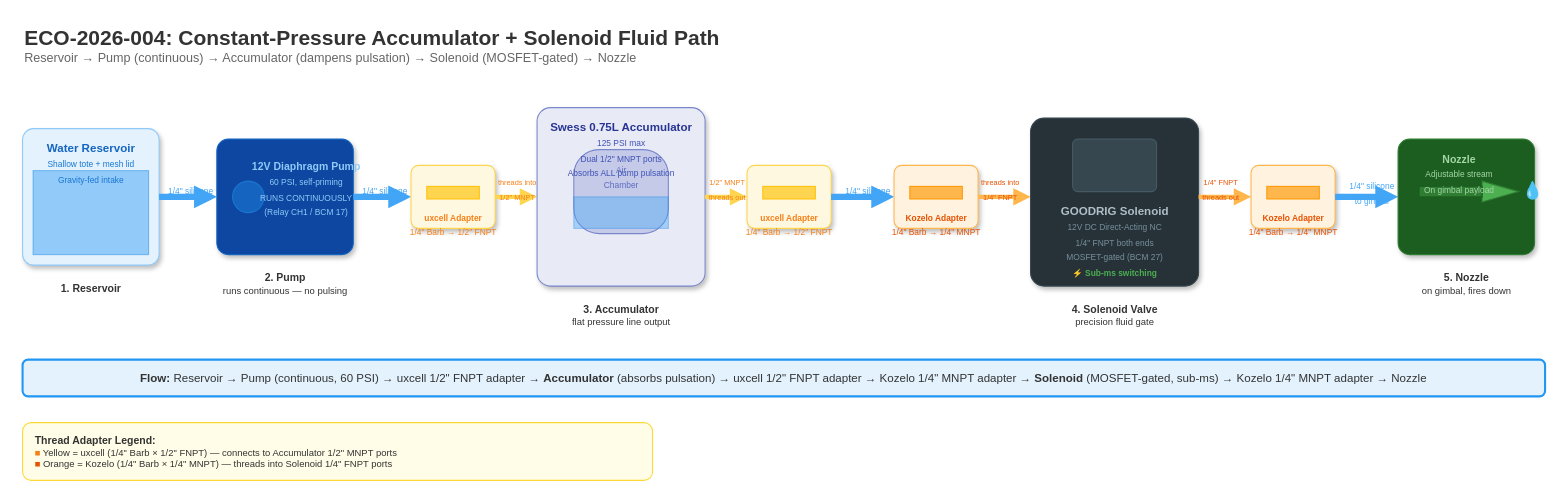
main-salman/dropMosquitoes keeps this draw.io diagram as diagrams/eco004_fluid_topology.drawio. Above is the earlier version. Source tidied: cells renumbered, new cells numbered last; positions are measured from the earlier drawing's top-left corner, leaving out a move shared by most shapes. Both pictures are drawn from the tidied source at 105%, with x=0, y=0 at pixel (22, 18).
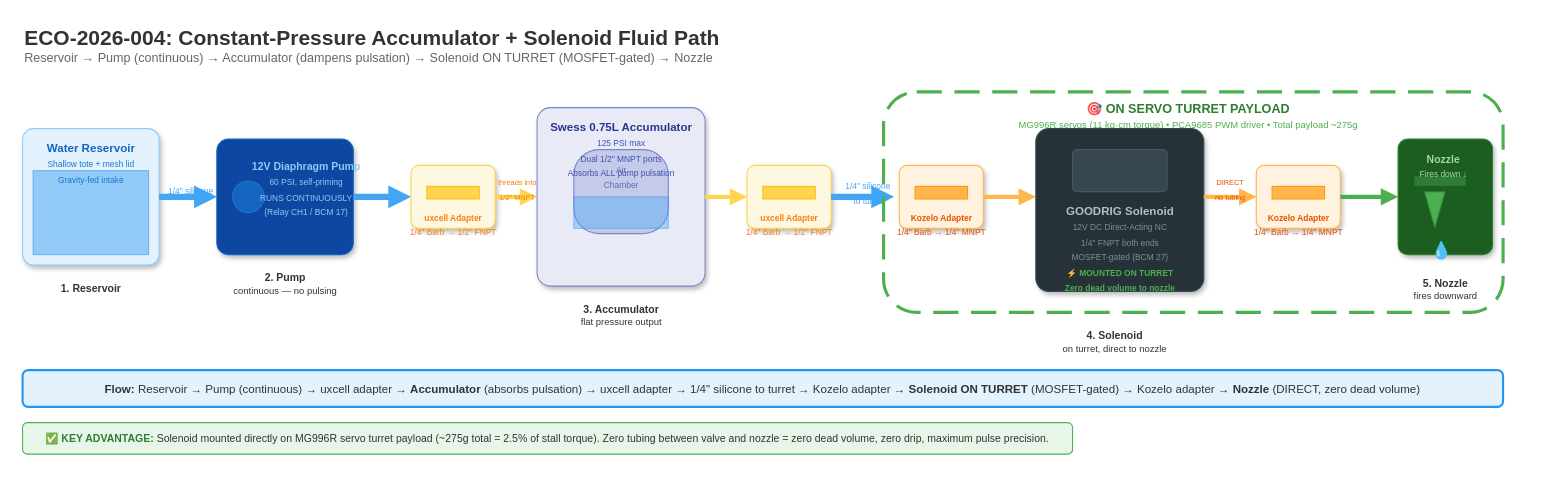
Above is the later version.

Commit message (it also covers changes not shown here):
spec+diagrams: Solenoid on servo turret, direct to nozzle

Diff of the diagram source:
```diff
@@
-    <mxCell id="2" value="&lt;b style='font-size:20px'&gt;ECO-2026-004: Constant-Pressure Accumulator + Solenoid Fluid Path&lt;/b&gt;&lt;br&gt;&lt;span style='color:#666;font-size:12px'&gt;Reservoir → Pump (continuous) → Accumulator (dampens pulsation) → Solenoid (MOSFET-gated) → Nozzle&lt;/span&gt;" style="text;html=1;fontColor=#333;align=left;" parent="1" vertex="1">
-      <mxGeometry width="900" height="50" as="geometry" />
+    <mxCell id="2" value="&lt;b style='font-size:20px'&gt;ECO-2026-004: Constant-Pressure Accumulator + Solenoid Fluid Path&lt;/b&gt;&lt;br&gt;&lt;span style='color:#666;font-size:12px'&gt;Reservoir → Pump (continuous) → Accumulator (dampens pulsation) → Solenoid ON TURRET (MOSFET-gated) → Nozzle&lt;/span&gt;" style="text;html=1;fontColor=#333;align=left;" parent="1" vertex="1">
+      <mxGeometry width="950" height="50" as="geometry" />
     </mxCell>
@@
-    <mxCell id="12" value="&lt;b&gt;2. Pump&lt;/b&gt;&lt;br&gt;&lt;span style='font-size:9px'&gt;runs continuous — no pulsing&lt;/span&gt;" style="text;html=1;fontSize=10;fontColor=#333;align=center;" parent="1" vertex="1">
+    <mxCell id="12" value="&lt;b&gt;2. Pump&lt;/b&gt;&lt;br&gt;&lt;span style='font-size:9px'&gt;continuous — no pulsing&lt;/span&gt;" style="text;html=1;fontSize=10;fontColor=#333;align=center;" parent="1" vertex="1">
       <mxGeometry x="185" y="235" width="130" height="28" as="geometry" />
     </mxCell>
@@
-    <mxCell id="14" value="&lt;span style='font-size:8px;color:#42A5F5'&gt;1/4&amp;quot; silicone&lt;/span&gt;" style="text;html=1;align=center;" parent="1" vertex="1">
-      <mxGeometry x="315" y="150" width="60" height="14" as="geometry" />
-    </mxCell>
@@
-    <mxCell id="25" value="&lt;b&gt;3. Accumulator&lt;/b&gt;&lt;br&gt;&lt;span style='font-size:9px'&gt;flat pressure line output&lt;/span&gt;" style="text;html=1;fontSize=10;fontColor=#333;align=center;" parent="1" vertex="1">
+    <mxCell id="25" value="&lt;b&gt;3. Accumulator&lt;/b&gt;&lt;br&gt;&lt;span style='font-size:9px'&gt;flat pressure output&lt;/span&gt;" style="text;html=1;fontSize=10;fontColor=#333;align=center;" parent="1" vertex="1">
       <mxGeometry x="505" y="265" width="130" height="28" as="geometry" />
     </mxCell>
@@
-    <mxCell id="27" value="&lt;span style='font-size:7px;color:#F57F17'&gt;1/2&amp;quot; MNPT&lt;br&gt;threads out&lt;/span&gt;" style="text;html=1;align=center;" parent="1" vertex="1">
-      <mxGeometry x="647" y="141" width="48" height="22" as="geometry" />
-    </mxCell>
@@
-    <mxCell id="32" value="&lt;span style='font-size:8px;color:#42A5F5'&gt;1/4&amp;quot; silicone&lt;/span&gt;" style="text;html=1;align=center;" parent="1" vertex="1">
-      <mxGeometry x="775" y="150" width="60" height="14" as="geometry" />
+    <mxCell id="32" value="&lt;span style='font-size:8px;color:#42A5F5'&gt;1/4&amp;quot; silicone&lt;br&gt;to turret&lt;/span&gt;" style="text;html=1;align=center;" parent="1" vertex="1">
+      <mxGeometry x="775" y="145" width="60" height="20" as="geometry" />
     </mxCell>
+    <mxCell id="57" style="rounded=1;fillColor=none;strokeColor=#4CAF50;strokeWidth=3;dashed=1;dashPattern=8 4;" parent="1" vertex="1">
+      <mxGeometry x="820" y="70" width="590" height="210" as="geometry" />
+    </mxCell>
+    <mxCell id="58" value="&lt;b style='color:#2E7D32;font-size:12px'&gt;🎯 ON SERVO TURRET PAYLOAD&lt;/b&gt;&lt;br&gt;&lt;span style='color:#4CAF50;font-size:9px'&gt;MG996R servos (11 kg·cm torque) • PCA9685 PWM driver • Total payload ~275g&lt;/span&gt;" style="text;html=1;align=center;" parent="1" vertex="1">
+      <mxGeometry x="860" y="73" width="500" height="28" as="geometry" />
+    </mxCell>
     <mxCell id="33" style="rounded=1;fillColor=#FFF3E0;strokeColor=#FFB74D;shadow=1;arcSize=12;" parent="1" vertex="1">
-      <mxGeometry x="830" y="140" width="80" height="60" as="geometry" />
+      <mxGeometry x="835" y="140" width="80" height="60" as="geometry" />
     </mxCell>
     <mxCell id="34" style="rounded=0;fillColor=#FFB74D;strokeColor=#FF9800;" parent="1" vertex="1">
-      <mxGeometry x="845" y="160" width="50" height="12" as="geometry" />
+      <mxGeometry x="850" y="160" width="50" height="12" as="geometry" />
     </mxCell>
     <mxCell id="35" value="&lt;span style='color:#E65100;font-size:8px'&gt;&lt;b&gt;Kozelo Adapter&lt;/b&gt;&lt;br&gt;1/4&amp;quot; Barb → 1/4&amp;quot; MNPT&lt;/span&gt;" style="text;html=1;align=center;" parent="1" vertex="1">
-      <mxGeometry x="830" y="175" width="80" height="22" as="geometry" />
+      <mxGeometry x="835" y="175" width="80" height="22" as="geometry" />
     </mxCell>
     <mxCell id="36" style="endArrow=block;endFill=1;strokeColor=#FFB74D;strokeWidth=4;rounded=1;" parent="1" edge="1">
       <mxGeometry relative="1" as="geometry">
-        <mxPoint x="910" y="170" as="sourcePoint" />
-        <mxPoint x="960" y="170" as="targetPoint" />
+        <mxPoint x="915" y="170" as="sourcePoint" />
+        <mxPoint x="965" y="170" as="targetPoint" />
       </mxGeometry>
     </mxCell>
-    <mxCell id="37" value="&lt;span style='font-size:7px;color:#E65100'&gt;threads into&lt;br&gt;1/4&amp;quot; FNPT&lt;/span&gt;" style="text;html=1;align=center;" parent="1" vertex="1">
-      <mxGeometry x="907" y="141" width="48" height="22" as="geometry" />
-    </mxCell>
     <mxCell id="38" style="rounded=1;fillColor=#263238;strokeColor=#37474F;shadow=1;arcSize=8;" parent="1" vertex="1">
-      <mxGeometry x="960" y="95" width="160" height="160" as="geometry" />
+      <mxGeometry x="965" y="105" width="160" height="155" as="geometry" />
     </mxCell>
     <mxCell id="39" style="rounded=1;fillColor=#37474F;strokeColor=#455A64;arcSize=10;" parent="1" vertex="1">
-      <mxGeometry x="1000" y="115" width="80" height="50" as="geometry" />
+      <mxGeometry x="1000" y="125" width="90" height="40" as="geometry" />
     </mxCell>
-    <mxCell id="40" value="&lt;b style='color:#B0BEC5;font-size:11px'&gt;GOODRIG Solenoid&lt;/b&gt;&lt;br&gt;&lt;span style='color:#78909C;font-size:8px'&gt;12V DC Direct-Acting NC&lt;br&gt;1/4&amp;quot; FNPT both ends&lt;br&gt;MOSFET-gated (BCM 27)&lt;br&gt;&lt;b style='color:#4CAF50'&gt;⚡ Sub-ms switching&lt;/b&gt;&lt;/span&gt;" style="text;html=1;align=center;" parent="1" vertex="1">
-      <mxGeometry x="975" y="170" width="130" height="55" as="geometry" />
+    <mxCell id="40" value="&lt;b style='color:#B0BEC5;font-size:11px'&gt;GOODRIG Solenoid&lt;/b&gt;&lt;br&gt;&lt;span style='color:#78909C;font-size:8px'&gt;12V DC Direct-Acting NC&lt;br&gt;1/4&amp;quot; FNPT both ends&lt;br&gt;MOSFET-gated (BCM 27)&lt;br&gt;&lt;b style='color:#4CAF50'&gt;⚡ MOUNTED ON TURRET&lt;br&gt;Zero dead volume to nozzle&lt;/b&gt;&lt;/span&gt;" style="text;html=1;align=center;" parent="1" vertex="1">
+      <mxGeometry x="970" y="170" width="150" height="65" as="geometry" />
     </mxCell>
-    <mxCell id="41" value="&lt;b&gt;4. Solenoid Valve&lt;/b&gt;&lt;br&gt;&lt;span style='font-size:9px'&gt;precision fluid gate&lt;/span&gt;" style="text;html=1;fontSize=10;fontColor=#333;align=center;" parent="1" vertex="1">
-      <mxGeometry x="975" y="265" width="130" height="28" as="geometry" />
+    <mxCell id="41" value="&lt;b&gt;4. Solenoid&lt;/b&gt;&lt;br&gt;&lt;span style='font-size:9px'&gt;on turret, direct to nozzle&lt;/span&gt;" style="text;html=1;fontSize=10;fontColor=#333;align=center;" parent="1" vertex="1">
+      <mxGeometry x="975" y="290" width="130" height="28" as="geometry" />
     </mxCell>
     <mxCell id="42" style="endArrow=block;endFill=1;strokeColor=#FFB74D;strokeWidth=4;rounded=1;" parent="1" edge="1">
       <mxGeometry relative="1" as="geometry">
-        <mxPoint x="1120" y="170" as="sourcePoint" />
-        <mxPoint x="1170" y="170" as="targetPoint" />
+        <mxPoint x="1125" y="170" as="sourcePoint" />
+        <mxPoint x="1175" y="170" as="targetPoint" />
       </mxGeometry>
     </mxCell>
-    <mxCell id="43" value="&lt;span style='font-size:7px;color:#E65100'&gt;1/4&amp;quot; FNPT&lt;br&gt;threads out&lt;/span&gt;" style="text;html=1;align=center;" parent="1" vertex="1">
-      <mxGeometry x="1117" y="141" width="48" height="22" as="geometry" />
+    <mxCell id="43" value="&lt;span style='font-size:7px;color:#E65100'&gt;DIRECT&lt;br&gt;no tubing&lt;/span&gt;" style="text;html=1;align=center;" parent="1" vertex="1">
+      <mxGeometry x="1127" y="141" width="45" height="22" as="geometry" />
     </mxCell>
     <mxCell id="44" style="rounded=1;fillColor=#FFF3E0;strokeColor=#FFB74D;shadow=1;arcSize=12;" parent="1" vertex="1">
-      <mxGeometry x="1170" y="140" width="80" height="60" as="geometry" />
+      <mxGeometry x="1175" y="140" width="80" height="60" as="geometry" />
     </mxCell>
     <mxCell id="45" style="rounded=0;fillColor=#FFB74D;strokeColor=#FF9800;" parent="1" vertex="1">
-      <mxGeometry x="1185" y="160" width="50" height="12" as="geometry" />
+      <mxGeometry x="1190" y="160" width="50" height="12" as="geometry" />
     </mxCell>
     <mxCell id="46" value="&lt;span style='color:#E65100;font-size:8px'&gt;&lt;b&gt;Kozelo Adapter&lt;/b&gt;&lt;br&gt;1/4&amp;quot; Barb → 1/4&amp;quot; MNPT&lt;/span&gt;" style="text;html=1;align=center;" parent="1" vertex="1">
-      <mxGeometry x="1170" y="175" width="80" height="22" as="geometry" />
+      <mxGeometry x="1175" y="175" width="80" height="22" as="geometry" />
     </mxCell>
-    <mxCell id="47" style="endArrow=block;endFill=1;strokeColor=#42A5F5;strokeWidth=6;rounded=1;" parent="1" edge="1">
+    <mxCell id="47" style="endArrow=block;endFill=1;strokeColor=#4CAF50;strokeWidth=4;rounded=1;" parent="1" edge="1">
       <mxGeometry relative="1" as="geometry">
-        <mxPoint x="1250" y="170" as="sourcePoint" />
+        <mxPoint x="1255" y="170" as="sourcePoint" />
         <mxPoint x="1310" y="170" as="targetPoint" />
       </mxGeometry>
     </mxCell>
-    <mxCell id="48" value="&lt;span style='font-size:8px;color:#42A5F5'&gt;1/4&amp;quot; silicone&lt;br&gt;to gimbal&lt;/span&gt;" style="text;html=1;align=center;" parent="1" vertex="1">
-      <mxGeometry x="1255" y="145" width="60" height="20" as="geometry" />
-    </mxCell>
     <mxCell id="49" style="rounded=1;fillColor=#1B5E20;strokeColor=#2E7D32;shadow=1;arcSize=10;" parent="1" vertex="1">
-      <mxGeometry x="1310" y="115" width="130" height="110" as="geometry" />
+      <mxGeometry x="1310" y="115" width="90" height="110" as="geometry" />
     </mxCell>
-    <mxCell id="50" style="triangle;fillColor=#4CAF50;strokeColor=#2E7D32;direction=east;" parent="1" vertex="1">
-      <mxGeometry x="1390" y="155" width="35" height="20" as="geometry" />
+    <mxCell id="50" style="triangle;fillColor=#4CAF50;strokeColor=#2E7D32;direction=south;" parent="1" vertex="1">
+      <mxGeometry x="1335" y="165" width="20" height="35" as="geometry" />
     </mxCell>
     <mxCell id="51" style="rounded=0;fillColor=#2E7D32;strokeColor=#1B5E20;" parent="1" vertex="1">
-      <mxGeometry x="1330" y="160" width="60" height="10" as="geometry" />
+      <mxGeometry x="1325" y="150" width="50" height="10" as="geometry" />
     </mxCell>
-    <mxCell id="52" value="&lt;span style='color:#A5D6A7;font-size:10px'&gt;&lt;b&gt;Nozzle&lt;/b&gt;&lt;br&gt;&lt;span style='font-size:8px'&gt;Adjustable stream&lt;br&gt;On gimbal payload&lt;/span&gt;&lt;/span&gt;" style="text;html=1;align=center;" parent="1" vertex="1">
-      <mxGeometry x="1318" y="120" width="100" height="35" as="geometry" />
+    <mxCell id="52" value="&lt;span style='color:#A5D6A7;font-size:10px'&gt;&lt;b&gt;Nozzle&lt;/b&gt;&lt;br&gt;&lt;span style='font-size:8px'&gt;Fires down ↓&lt;/span&gt;&lt;/span&gt;" style="text;html=1;align=center;" parent="1" vertex="1">
+      <mxGeometry x="1315" y="120" width="75" height="28" as="geometry" />
     </mxCell>
     <mxCell id="53" value="&lt;span style='font-size:16px;color:#42A5F5'&gt;💧&lt;/span&gt;" style="text;html=1;align=center;" parent="1" vertex="1">
-      <mxGeometry x="1425" y="148" width="25" height="25" as="geometry" />
+      <mxGeometry x="1338" y="205" width="25" height="25" as="geometry" />
     </mxCell>
-    <mxCell id="54" value="&lt;b&gt;5. Nozzle&lt;/b&gt;&lt;br&gt;&lt;span style='font-size:9px'&gt;on gimbal, fires down&lt;/span&gt;" style="text;html=1;fontSize=10;fontColor=#333;align=center;" parent="1" vertex="1">
-      <mxGeometry x="1320" y="235" width="110" height="28" as="geometry" />
+    <mxCell id="54" value="&lt;b&gt;5. Nozzle&lt;/b&gt;&lt;br&gt;&lt;span style='font-size:9px'&gt;fires downward&lt;/span&gt;" style="text;html=1;fontSize=10;fontColor=#333;align=center;" parent="1" vertex="1">
+      <mxGeometry x="1305" y="240" width="100" height="28" as="geometry" />
     </mxCell>
-    <mxCell id="55" value="&lt;b&gt;Flow:&lt;/b&gt; Reservoir → Pump (continuous, 60 PSI) → uxcell 1/2&amp;quot; FNPT adapter → &lt;b&gt;Accumulator&lt;/b&gt; (absorbs pulsation) → uxcell 1/2&amp;quot; FNPT adapter → Kozelo 1/4&amp;quot; MNPT adapter → &lt;b&gt;Solenoid&lt;/b&gt; (MOSFET-gated, sub-ms) → Kozelo 1/4&amp;quot; MNPT adapter → Nozzle" style="rounded=1;whiteSpace=wrap;html=1;fillColor=#E3F2FD;strokeColor=#2196F3;fontColor=#333;fontSize=11;strokeWidth=2;" parent="1" vertex="1">
-      <mxGeometry y="325" width="1450" height="35" as="geometry" />
+    <mxCell id="55" value="&lt;b&gt;Flow:&lt;/b&gt; Reservoir → Pump (continuous) → uxcell adapter → &lt;b&gt;Accumulator&lt;/b&gt; (absorbs pulsation) → uxcell adapter → 1/4&amp;quot; silicone to turret → Kozelo adapter → &lt;b&gt;Solenoid ON TURRET&lt;/b&gt; (MOSFET-gated) → Kozelo adapter → &lt;b&gt;Nozzle&lt;/b&gt; (DIRECT, zero dead volume)" style="rounded=1;whiteSpace=wrap;html=1;fillColor=#E3F2FD;strokeColor=#2196F3;fontColor=#333;fontSize=11;strokeWidth=2;" parent="1" vertex="1">
+      <mxGeometry y="335" width="1410" height="35" as="geometry" />
     </mxCell>
-    <mxCell id="56" value="&lt;b style='font-size:10px'&gt;Thread Adapter Legend:&lt;/b&gt;&lt;br&gt;&lt;span style='color:#F57F17'&gt;■&lt;/span&gt; Yellow = uxcell (1/4&amp;quot; Barb × 1/2&amp;quot; FNPT) — connects to Accumulator 1/2&amp;quot; MNPT ports&lt;br&gt;&lt;span style='color:#E65100'&gt;■&lt;/span&gt; Orange = Kozelo (1/4&amp;quot; Barb × 1/4&amp;quot; MNPT) — threads into Solenoid 1/4&amp;quot; FNPT ports" style="rounded=1;whiteSpace=wrap;html=1;fillColor=#FFFDE7;strokeColor=#FDD835;fontColor=#333;fontSize=9;strokeWidth=1;align=left;spacingLeft=10;" parent="1" vertex="1">
-      <mxGeometry y="385" width="600" height="55" as="geometry" />
-    </mxCell>
+    <mxCell id="59" value="&lt;b style='color:#2E7D32'&gt;✅ KEY ADVANTAGE:&lt;/b&gt; Solenoid mounted directly on MG996R servo turret payload (~275g total = 2.5% of stall torque). Zero tubing between valve and nozzle = zero dead volume, zero drip, maximum pulse precision." style="rounded=1;whiteSpace=wrap;html=1;fillColor=#E8F5E9;strokeColor=#4CAF50;fontColor=#333;fontSize=10;strokeWidth=1;" parent="1" vertex="1">
+      <mxGeometry y="385" width="1000" height="30" as="geometry" />
+    </mxCell>
```
